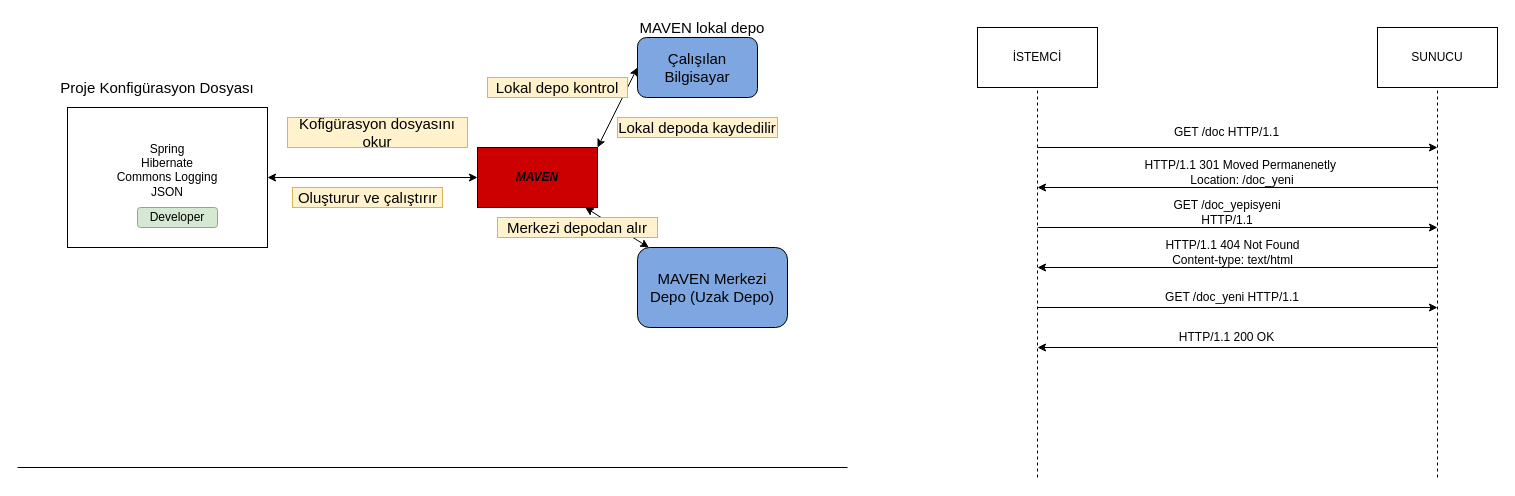
Before: page "Page-1" (1 of 3) of mavenFlow.drawio in aysedemirel/aysedemirel.github.io, a draw.io diagram. Source tidied: cells renumbered, new cells numbered last; positions are measured from the earlier drawing's top-left corner, leaving out a move shared by most shapes. Both pictures are drawn from the tidied source at 100%, with x=0, y=0 at pixel (17, 17).
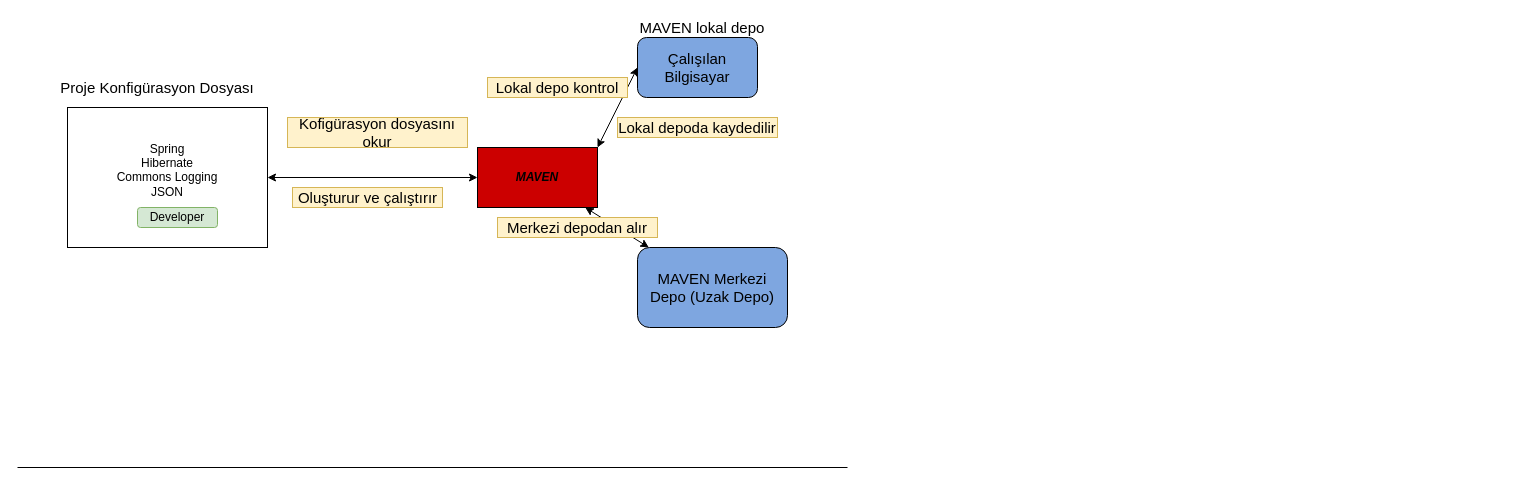
Above is the later version.

Change to the diagram source:
```diff
@@
-    <mxCell id="18" value="İSTEMCİ" style="rounded=0;whiteSpace=wrap;html=1;" parent="1" vertex="1">
-      <mxGeometry x="960" y="10" width="120" height="60" as="geometry" />
-    </mxCell>
-    <mxCell id="19" value="SUNUCU" style="rounded=0;whiteSpace=wrap;html=1;" parent="1" vertex="1">
-      <mxGeometry x="1360" y="10" width="120" height="60" as="geometry" />
-    </mxCell>
-    <mxCell id="20" style="endArrow=classic;html=1;" parent="1" edge="1">
-      <mxGeometry relative="1" as="geometry">
-        <mxPoint x="1020" y="130" as="sourcePoint" />
-        <mxPoint x="1420" y="130" as="targetPoint" />
-      </mxGeometry>
-    </mxCell>
-    <mxCell id="21" style="endArrow=none;dashed=1;html=1;entryX=0.5;entryY=1;entryDx=0;entryDy=0;" parent="1" edge="1" target="18">
-      <mxGeometry relative="1" as="geometry">
-        <mxPoint x="1020" y="460" as="sourcePoint" />
-      </mxGeometry>
-    </mxCell>
-    <mxCell id="22" style="endArrow=none;dashed=1;html=1;entryX=0.5;entryY=1;entryDx=0;entryDy=0;" parent="1" edge="1" target="19">
-      <mxGeometry relative="1" as="geometry">
-        <mxPoint x="1420" y="460" as="sourcePoint" />
-      </mxGeometry>
-    </mxCell>
-    <mxCell id="23" value="GET /doc HTTP/1.1&lt;br&gt;" style="text;html=1;strokeColor=none;fillColor=none;align=center;verticalAlign=middle;whiteSpace=wrap;rounded=0;" parent="1" vertex="1">
-      <mxGeometry x="1140" y="105" width="139" height="20" as="geometry" />
-    </mxCell>
-    <mxCell id="24" style="endArrow=classic;html=1;" parent="1" edge="1">
-      <mxGeometry relative="1" as="geometry">
-        <mxPoint x="1420" y="170" as="sourcePoint" />
-        <mxPoint x="1020" y="170" as="targetPoint" />
-      </mxGeometry>
-    </mxCell>
-    <mxCell id="25" style="endArrow=classic;html=1;" parent="1" edge="1">
-      <mxGeometry relative="1" as="geometry">
-        <mxPoint x="1020" y="210" as="sourcePoint" />
-        <mxPoint x="1420" y="210" as="targetPoint" />
-      </mxGeometry>
-    </mxCell>
-    <mxCell id="26" style="endArrow=classic;html=1;" parent="1" edge="1">
-      <mxGeometry relative="1" as="geometry">
-        <mxPoint x="1420" y="250" as="sourcePoint" />
-        <mxPoint x="1020" y="250" as="targetPoint" />
-      </mxGeometry>
-    </mxCell>
-    <mxCell id="27" value="HTTP/1.1 301 Moved Permanenetly&amp;nbsp;&lt;br&gt;Location: /doc_yeni" style="text;html=1;strokeColor=none;fillColor=none;align=center;verticalAlign=middle;whiteSpace=wrap;rounded=0;" parent="1" vertex="1">
-      <mxGeometry x="1110" y="140" width="230" height="30" as="geometry" />
-    </mxCell>
-    <mxCell id="28" value="GET /doc_yepisyeni HTTP/1.1" style="text;html=1;strokeColor=none;fillColor=none;align=center;verticalAlign=middle;whiteSpace=wrap;rounded=0;" parent="1" vertex="1">
-      <mxGeometry x="1129.5" y="190" width="160" height="10" as="geometry" />
-    </mxCell>
-    <mxCell id="29" value="HTTP/1.1 404 Not Found&lt;br&gt;Content-type: text/html" style="text;html=1;strokeColor=none;fillColor=none;align=center;verticalAlign=middle;whiteSpace=wrap;rounded=0;" parent="1" vertex="1">
-      <mxGeometry x="1129.5" y="230" width="170.5" height="10" as="geometry" />
-    </mxCell>
-    <mxCell id="30" style="endArrow=classic;html=1;" parent="1" edge="1">
-      <mxGeometry relative="1" as="geometry">
-        <mxPoint x="1020" y="290" as="sourcePoint" />
-        <mxPoint x="1420" y="290" as="targetPoint" />
-      </mxGeometry>
-    </mxCell>
-    <mxCell id="31" style="endArrow=classic;html=1;" parent="1" edge="1">
-      <mxGeometry relative="1" as="geometry">
-        <mxPoint x="1420" y="330" as="sourcePoint" />
-        <mxPoint x="1020" y="330" as="targetPoint" />
-      </mxGeometry>
-    </mxCell>
-    <mxCell id="32" value="GET /doc_yeni HTTP/1.1" style="text;html=1;strokeColor=none;fillColor=none;align=center;verticalAlign=middle;whiteSpace=wrap;rounded=0;" parent="1" vertex="1">
-      <mxGeometry x="1134.8" y="270" width="160" height="20" as="geometry" />
-    </mxCell>
-    <mxCell id="33" value="HTTP/1.1 200 OK" style="text;html=1;strokeColor=none;fillColor=none;align=center;verticalAlign=middle;whiteSpace=wrap;rounded=0;" parent="1" vertex="1">
-      <mxGeometry x="1146.9" y="310" width="125.2" height="20" as="geometry" />
-    </mxCell>
```
